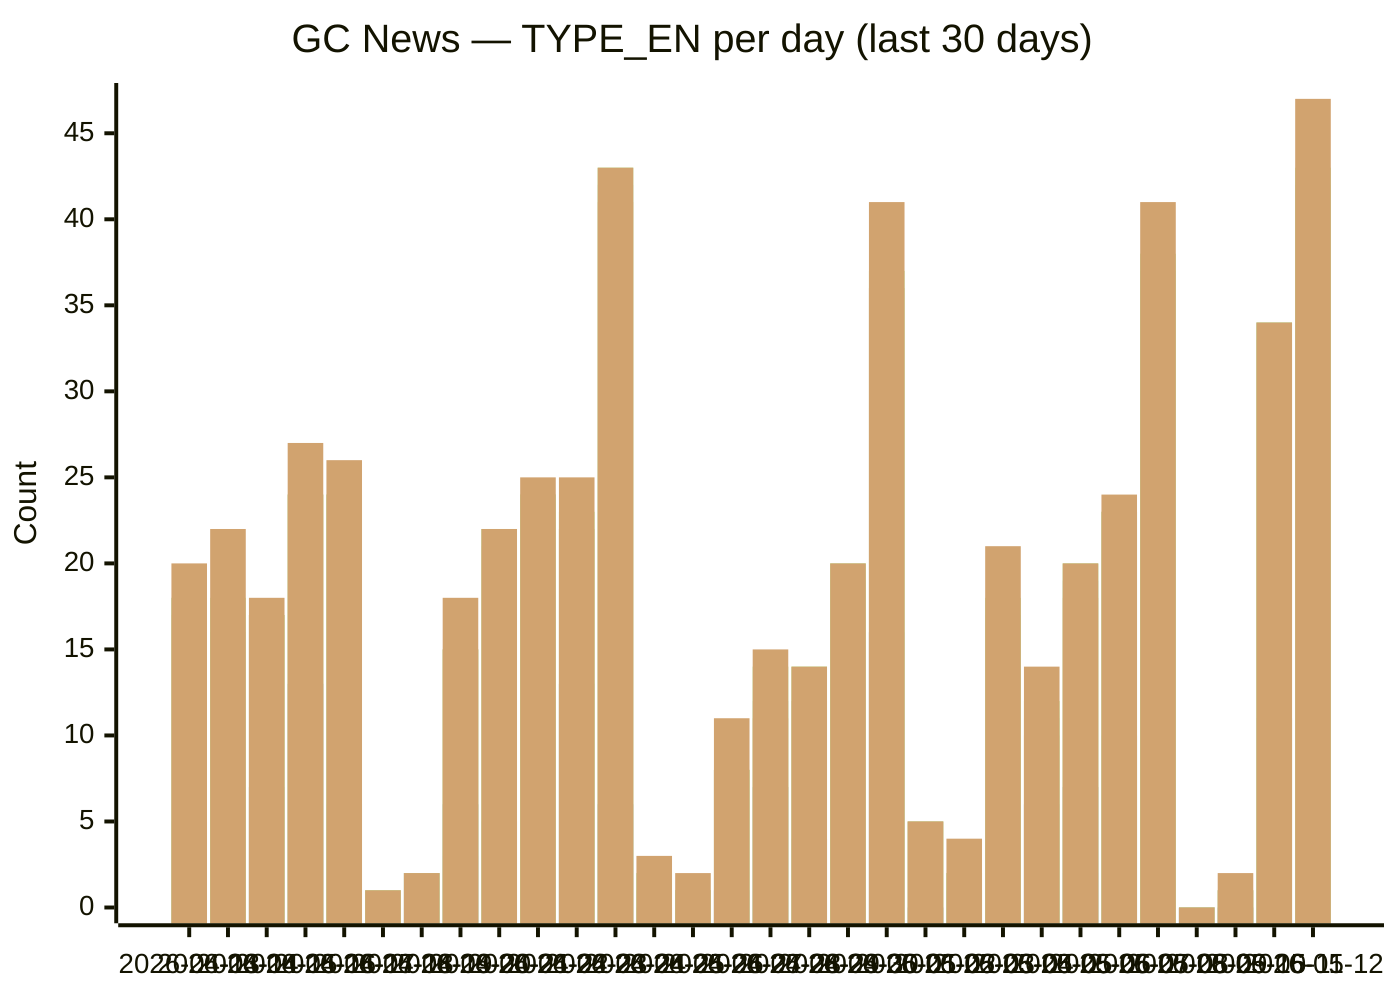
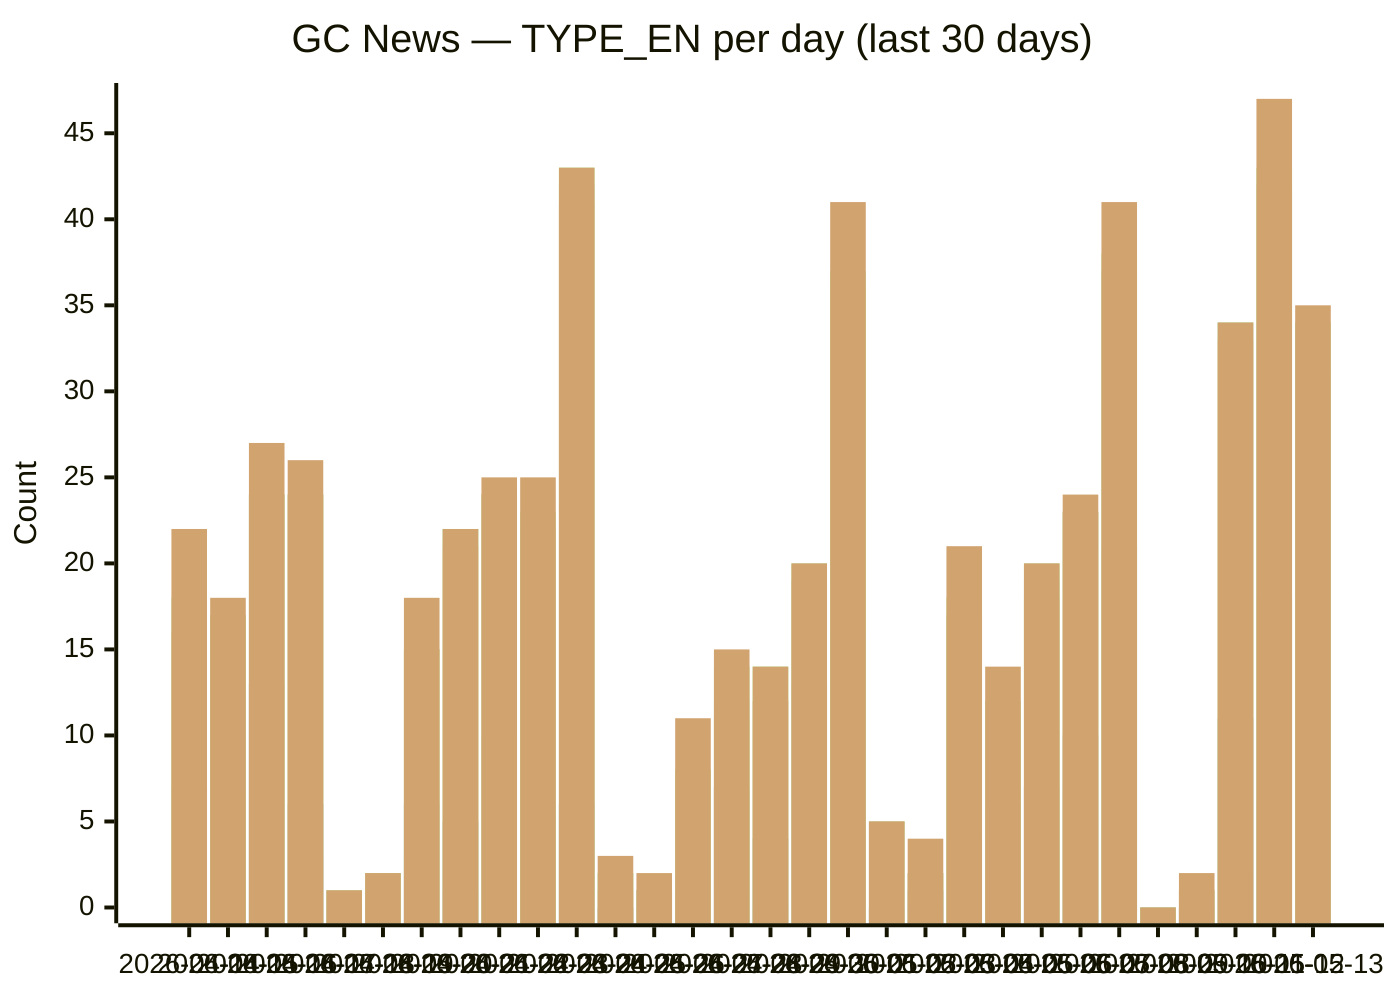
xychart-beta
  title "GC News — TYPE_EN per day (last 30 days)"
-   x-axis [2026-04-13, 2026-04-14, 2026-04-15, 2026-04-16, 2026-04-17, 2026-04-18, 2026-04-19, 2026-04-20, 2026-04-21, 2026-04-22, 2026-04-23, 2026-04-24, 2026-04-25, 2026-04-26, 2026-04-27, 2026-04-28, 2026-04-29, 2026-04-30, 2026-05-01, 2026-05-02, 2026-05-03, 2026-05-04, 2026-05-05, 2026-05-06, 2026-05-07, 2026-05-08, 2026-05-09, 2026-05-10, 2026-05-11, 2026-05-12]
+   x-axis [2026-04-14, 2026-04-15, 2026-04-16, 2026-04-17, 2026-04-18, 2026-04-19, 2026-04-20, 2026-04-21, 2026-04-22, 2026-04-23, 2026-04-24, 2026-04-25, 2026-04-26, 2026-04-27, 2026-04-28, 2026-04-29, 2026-04-30, 2026-05-01, 2026-05-02, 2026-05-03, 2026-05-04, 2026-05-05, 2026-05-06, 2026-05-07, 2026-05-08, 2026-05-09, 2026-05-10, 2026-05-11, 2026-05-12, 2026-05-13]
  y-axis "Count" 0 --> 47
-   bar backgrounders [3, 2, 1, 0, 3, 0, 0, 3, 1, 2, 1, 5, 0, 0, 1, 1, 0, 1, 1, 0, 0, 2, 1, 2, 0, 5, 0, 0, 2, 6]
-   bar "media advisories" [5, 7, 7, 13, 6, 0, 2, 6, 5, 10, 13, 6, 0, 1, 1, 7, 4, 13, 16, 0, 1, 4, 6, 7, 10, 21, 0, 0, 11, 18]
-   bar "news releases" [17, 16, 17, 24, 24, 1, 2, 15, 21, 24, 22, 41, 1, 1, 8, 11, 12, 19, 36, 5, 2, 17, 10, 18, 23, 37, 0, 1, 33, 42]
-   bar readouts [18, 16, 17, 24, 24, 1, 2, 15, 22, 24, 22, 42, 2, 1, 8, 12, 12, 19, 36, 5, 2, 17, 11, 19, 23, 37, 0, 1, 34, 42]
-   bar speeches [18, 18, 17, 24, 24, 1, 2, 15, 22, 24, 23, 43, 2, 1, 8, 14, 14, 20, 37, 5, 2, 18, 12, 20, 23, 38, 0, 1, 34, 43]
-   bar statements [20, 22, 18, 27, 26, 1, 2, 18, 22, 25, 25, 43, 3, 2, 11, 15, 14, 20, 41, 5, 4, 21, 14, 20, 24, 41, 0, 2, 34, 47]
+   bar backgrounders [2, 1, 0, 3, 0, 0, 3, 1, 2, 1, 5, 0, 0, 1, 1, 0, 1, 1, 0, 0, 2, 1, 2, 0, 5, 0, 0, 2, 6, 2]
+   bar "media advisories" [7, 7, 13, 6, 0, 2, 6, 5, 10, 13, 6, 0, 1, 1, 7, 4, 13, 16, 0, 1, 4, 6, 7, 10, 21, 0, 0, 11, 18, 12]
+   bar "news releases" [16, 17, 24, 24, 1, 2, 15, 21, 24, 22, 41, 1, 1, 8, 11, 12, 19, 36, 5, 2, 17, 10, 18, 23, 37, 0, 1, 33, 42, 31]
+   bar readouts [16, 17, 24, 24, 1, 2, 15, 22, 24, 22, 42, 2, 1, 8, 12, 12, 19, 36, 5, 2, 17, 11, 19, 23, 37, 0, 1, 34, 42, 34]
+   bar speeches [18, 17, 24, 24, 1, 2, 15, 22, 24, 23, 43, 2, 1, 8, 14, 14, 20, 37, 5, 2, 18, 12, 20, 23, 38, 0, 1, 34, 43, 34]
+   bar statements [22, 18, 27, 26, 1, 2, 18, 22, 25, 25, 43, 3, 2, 11, 15, 14, 20, 41, 5, 4, 21, 14, 20, 24, 41, 0, 2, 34, 47, 35]
